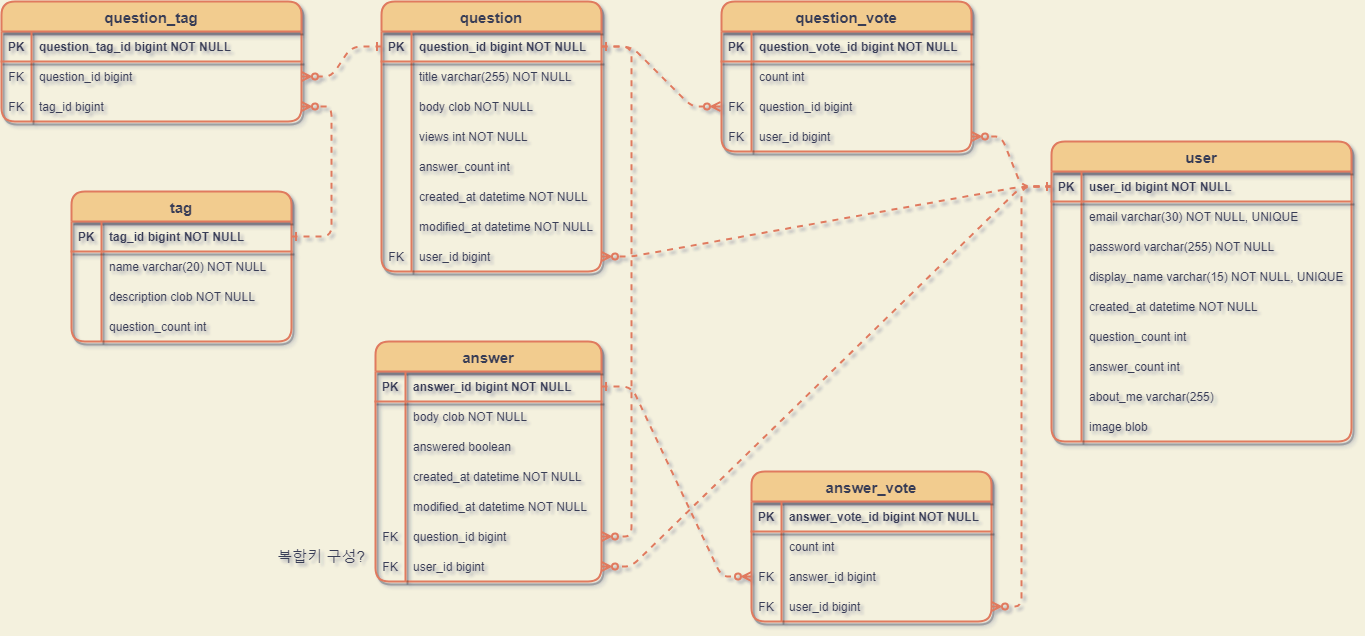
Above: server/StackOverflow_ERD.png in codestates-seb/seb40_pre_003 (draw.io), before the change. Source tidied: cells renumbered, new cells last; positions are measured from the earlier drawing's top-left corner, leaving out a move shared by most shapes.
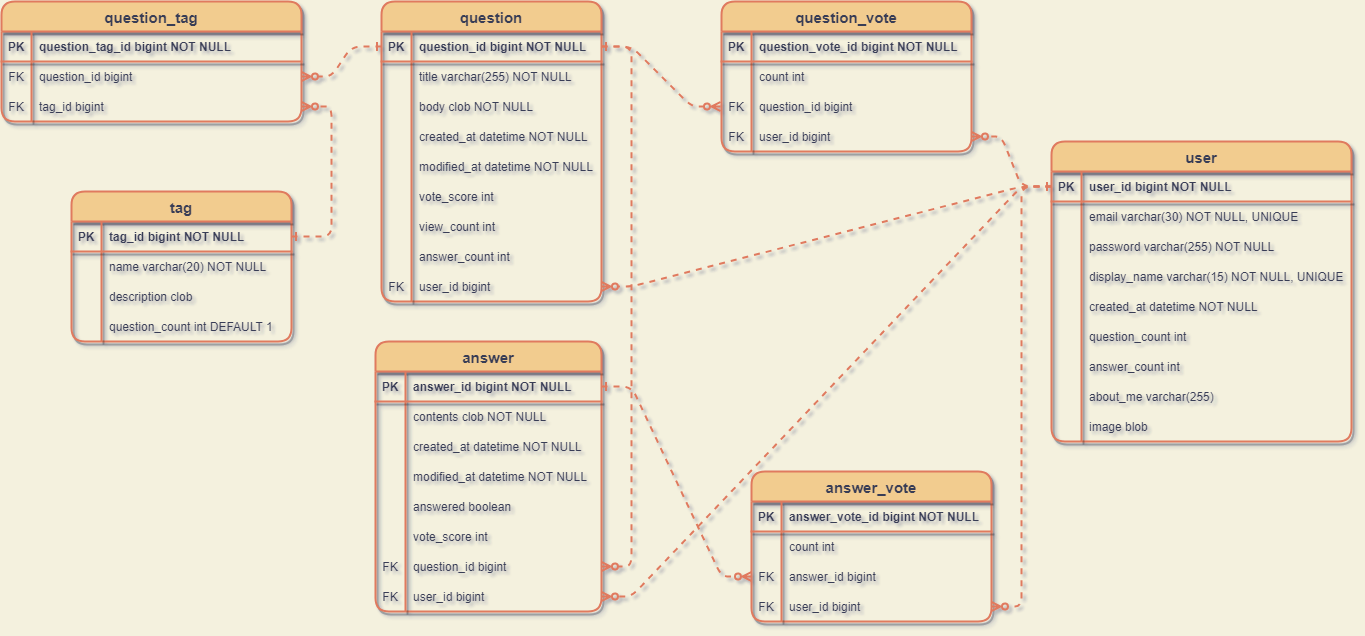
The same file after the commit.

Change to the diagram source:
```diff
@@ -5,3 +5,3 @@
     <mxCell id="2" value="question" style="shape=table;startSize=30;rowLines=0;fontStyle=1;align=center;fillColor=#F2CC8F;strokeColor=#E07A5F;strokeWidth=2;swimlaneFillColor=none;fontColor=#393C56;rounded=1;shadow=1;fontSize=15;labelBackgroundColor=none;labelBorderColor=none;" parent="1" vertex="1">
-      <mxGeometry x="380" width="220" height="270" as="geometry" />
+      <mxGeometry x="380" width="220" height="300" as="geometry" />
     </mxCell>
@@ -34,4 +34,31 @@
     </mxCell>
+    <mxCell id="18" style="shape=tableRow;horizontal=0;startSize=0;swimlaneHead=0;swimlaneBody=0;fillColor=none;top=0;left=0;right=0;bottom=0;strokeColor=#E07A5F;strokeWidth=2;swimlaneFillColor=none;fontStyle=0;fontColor=#393C56;rounded=1;shadow=1;" parent="2" vertex="1">
+      <mxGeometry y="120" width="220" height="30" as="geometry" />
+    </mxCell>
+    <mxCell id="19" style="shape=partialRectangle;fillColor=none;top=0;left=0;bottom=0;right=0;overflow=hidden;strokeColor=#E07A5F;strokeWidth=2;swimlaneFillColor=none;fontStyle=0;fontColor=#393C56;rounded=1;shadow=1;" parent="18" vertex="1">
+      <mxGeometry width="30" height="30" as="geometry" />
+    </mxCell>
+    <mxCell id="20" value="created_at datetime NOT NULL" style="shape=partialRectangle;fillColor=none;top=0;left=0;bottom=0;right=0;align=left;spacingLeft=6;overflow=hidden;strokeColor=#E07A5F;strokeWidth=2;swimlaneFillColor=none;fontStyle=0;fontColor=#393C56;rounded=1;shadow=1;" parent="18" vertex="1">
+      <mxGeometry x="30" width="190" height="30" as="geometry" />
+    </mxCell>
+    <mxCell id="21" style="shape=tableRow;horizontal=0;startSize=0;swimlaneHead=0;swimlaneBody=0;fillColor=none;top=0;left=0;right=0;bottom=0;strokeColor=#E07A5F;strokeWidth=2;swimlaneFillColor=none;fontStyle=0;fontColor=#393C56;rounded=1;shadow=1;" parent="2" vertex="1">
+      <mxGeometry y="150" width="220" height="30" as="geometry" />
+    </mxCell>
+    <mxCell id="22" style="shape=partialRectangle;fillColor=none;top=0;left=0;bottom=0;right=0;overflow=hidden;strokeColor=#E07A5F;strokeWidth=2;swimlaneFillColor=none;fontStyle=0;fontColor=#393C56;rounded=1;shadow=1;" parent="21" vertex="1">
+      <mxGeometry width="30" height="30" as="geometry" />
+    </mxCell>
+    <mxCell id="23" value="modified_at datetime NOT NULL" style="shape=partialRectangle;fillColor=none;top=0;left=0;bottom=0;right=0;align=left;spacingLeft=6;overflow=hidden;strokeColor=#E07A5F;strokeWidth=2;swimlaneFillColor=none;fontStyle=0;fontColor=#393C56;rounded=1;shadow=1;" parent="21" vertex="1">
+      <mxGeometry x="30" width="190" height="30" as="geometry" />
+    </mxCell>
+    <mxCell id="136" style="shape=tableRow;horizontal=0;startSize=0;swimlaneHead=0;swimlaneBody=0;fillColor=none;top=0;left=0;right=0;bottom=0;strokeColor=#E07A5F;strokeWidth=2;swimlaneFillColor=none;fontStyle=0;fontColor=#393C56;rounded=1;shadow=1;" parent="2" vertex="1">
+      <mxGeometry y="180" width="220" height="30" as="geometry" />
+    </mxCell>
+    <mxCell id="137" style="shape=partialRectangle;fillColor=none;top=0;left=0;bottom=0;right=0;overflow=hidden;strokeColor=#E07A5F;strokeWidth=2;swimlaneFillColor=none;fontStyle=0;fontColor=#393C56;rounded=1;shadow=1;" parent="136" vertex="1">
+      <mxGeometry width="30" height="30" as="geometry" />
+    </mxCell>
+    <mxCell id="138" value="vote_score int" style="shape=partialRectangle;fillColor=none;top=0;left=0;bottom=0;right=0;align=left;spacingLeft=6;overflow=hidden;strokeColor=#E07A5F;strokeWidth=2;swimlaneFillColor=none;fontStyle=0;fontColor=#393C56;rounded=1;shadow=1;" parent="136" vertex="1">
+      <mxGeometry x="30" width="190" height="30" as="geometry" />
+    </mxCell>
     <mxCell id="12" style="shape=tableRow;horizontal=0;startSize=0;swimlaneHead=0;swimlaneBody=0;fillColor=none;top=0;left=0;right=0;bottom=0;strokeColor=#E07A5F;strokeWidth=2;swimlaneFillColor=none;fontStyle=0;fontColor=#393C56;rounded=1;shadow=1;" parent="2" vertex="1">
-      <mxGeometry y="120" width="220" height="30" as="geometry" />
+      <mxGeometry y="210" width="220" height="30" as="geometry" />
     </mxCell>
@@ -40,3 +67,3 @@
     </mxCell>
-    <mxCell id="14" value="views int NOT NULL" style="shape=partialRectangle;fillColor=none;top=0;left=0;bottom=0;right=0;align=left;spacingLeft=6;overflow=hidden;strokeColor=#E07A5F;strokeWidth=2;swimlaneFillColor=none;fontStyle=0;fontColor=#393C56;rounded=1;shadow=1;" parent="12" vertex="1">
+    <mxCell id="14" value="view_count int" style="shape=partialRectangle;fillColor=none;top=0;left=0;bottom=0;right=0;align=left;spacingLeft=6;overflow=hidden;strokeColor=#E07A5F;strokeWidth=2;swimlaneFillColor=none;fontStyle=0;fontColor=#393C56;rounded=1;shadow=1;" parent="12" vertex="1">
       <mxGeometry x="30" width="190" height="30" as="geometry" />
@@ -44,3 +71,3 @@
     <mxCell id="15" style="shape=tableRow;horizontal=0;startSize=0;swimlaneHead=0;swimlaneBody=0;fillColor=none;top=0;left=0;right=0;bottom=0;strokeColor=#E07A5F;strokeWidth=2;swimlaneFillColor=none;fontStyle=0;fontColor=#393C56;rounded=1;shadow=1;" parent="2" vertex="1">
-      <mxGeometry y="150" width="220" height="30" as="geometry" />
+      <mxGeometry y="240" width="220" height="30" as="geometry" />
     </mxCell>
@@ -52,22 +79,4 @@
     </mxCell>
-    <mxCell id="18" style="shape=tableRow;horizontal=0;startSize=0;swimlaneHead=0;swimlaneBody=0;fillColor=none;top=0;left=0;right=0;bottom=0;strokeColor=#E07A5F;strokeWidth=2;swimlaneFillColor=none;fontStyle=0;fontColor=#393C56;rounded=1;shadow=1;" parent="2" vertex="1">
-      <mxGeometry y="180" width="220" height="30" as="geometry" />
-    </mxCell>
-    <mxCell id="19" style="shape=partialRectangle;fillColor=none;top=0;left=0;bottom=0;right=0;overflow=hidden;strokeColor=#E07A5F;strokeWidth=2;swimlaneFillColor=none;fontStyle=0;fontColor=#393C56;rounded=1;shadow=1;" parent="18" vertex="1">
-      <mxGeometry width="30" height="30" as="geometry" />
-    </mxCell>
-    <mxCell id="20" value="created_at datetime NOT NULL" style="shape=partialRectangle;fillColor=none;top=0;left=0;bottom=0;right=0;align=left;spacingLeft=6;overflow=hidden;strokeColor=#E07A5F;strokeWidth=2;swimlaneFillColor=none;fontStyle=0;fontColor=#393C56;rounded=1;shadow=1;" parent="18" vertex="1">
-      <mxGeometry x="30" width="190" height="30" as="geometry" />
-    </mxCell>
-    <mxCell id="21" style="shape=tableRow;horizontal=0;startSize=0;swimlaneHead=0;swimlaneBody=0;fillColor=none;top=0;left=0;right=0;bottom=0;strokeColor=#E07A5F;strokeWidth=2;swimlaneFillColor=none;fontStyle=0;fontColor=#393C56;rounded=1;shadow=1;" parent="2" vertex="1">
-      <mxGeometry y="210" width="220" height="30" as="geometry" />
-    </mxCell>
-    <mxCell id="22" style="shape=partialRectangle;fillColor=none;top=0;left=0;bottom=0;right=0;overflow=hidden;strokeColor=#E07A5F;strokeWidth=2;swimlaneFillColor=none;fontStyle=0;fontColor=#393C56;rounded=1;shadow=1;" parent="21" vertex="1">
-      <mxGeometry width="30" height="30" as="geometry" />
-    </mxCell>
-    <mxCell id="23" value="modified_at datetime NOT NULL" style="shape=partialRectangle;fillColor=none;top=0;left=0;bottom=0;right=0;align=left;spacingLeft=6;overflow=hidden;strokeColor=#E07A5F;strokeWidth=2;swimlaneFillColor=none;fontStyle=0;fontColor=#393C56;rounded=1;shadow=1;" parent="21" vertex="1">
-      <mxGeometry x="30" width="190" height="30" as="geometry" />
-    </mxCell>
     <mxCell id="24" style="shape=tableRow;horizontal=0;startSize=0;swimlaneHead=0;swimlaneBody=0;fillColor=none;points=[[0,0.5],[1,0.5]];portConstraint=eastwest;top=0;left=0;right=0;bottom=0;strokeColor=#E07A5F;strokeWidth=2;swimlaneFillColor=none;fontStyle=0;fontColor=#393C56;rounded=1;shadow=1;" parent="2" vertex="1">
-      <mxGeometry y="240" width="220" height="30" as="geometry" />
+      <mxGeometry y="270" width="220" height="30" as="geometry" />
     </mxCell>
@@ -94,5 +103,5 @@
     </mxCell>
-    <mxCell id="32" style="shape=partialRectangle;fillColor=none;top=0;left=0;bottom=0;right=0;overflow=hidden;strokeColor=#E07A5F;strokeWidth=2;swimlaneFillColor=none;fontStyle=0;fontColor=#393C56;rounded=1;shadow=1;" parent="31" vertex="1">
-      <mxGeometry width="30" height="30" as="geometry" />
-    </mxCell>
+    <mxCell id="139" style="shape=partialRectangle;fillColor=none;top=0;left=0;bottom=0;right=0;overflow=hidden;strokeColor=#E07A5F;strokeWidth=2;swimlaneFillColor=none;fontStyle=0;fontColor=#393C56;rounded=1;shadow=1;" parent="31" vertex="1">
+      <mxGeometry width="30" height="30" as="geometry" />
+    </mxCell>
     <mxCell id="33" value="count int" style="shape=partialRectangle;fillColor=none;top=0;left=0;bottom=0;right=0;align=left;spacingLeft=6;overflow=hidden;strokeColor=#E07A5F;strokeWidth=2;swimlaneFillColor=none;fontStyle=0;fontColor=#393C56;rounded=1;shadow=1;" parent="31" vertex="1">
@@ -119,3 +128,3 @@
     <mxCell id="40" value="answer" style="shape=table;startSize=30;rowLines=0;fontStyle=1;align=center;fillColor=#F2CC8F;strokeColor=#E07A5F;strokeWidth=2;swimlaneFillColor=none;fontColor=#393C56;rounded=1;shadow=1;fontSize=15;labelBackgroundColor=none;labelBorderColor=none;" parent="1" vertex="1">
-      <mxGeometry x="374" y="340" width="226" height="240" as="geometry" />
+      <mxGeometry x="374" y="340" width="226" height="270" as="geometry" />
     </mxCell>
@@ -136,16 +145,7 @@
     </mxCell>
-    <mxCell id="46" value="body clob NOT NULL" style="shape=partialRectangle;fillColor=none;top=0;left=0;bottom=0;right=0;align=left;spacingLeft=6;overflow=hidden;strokeColor=#E07A5F;strokeWidth=2;swimlaneFillColor=none;fontStyle=0;fontColor=#393C56;rounded=1;shadow=1;" parent="44" vertex="1">
+    <mxCell id="46" value="contents clob NOT NULL" style="shape=partialRectangle;fillColor=none;top=0;left=0;bottom=0;right=0;align=left;spacingLeft=6;overflow=hidden;strokeColor=#E07A5F;strokeWidth=2;swimlaneFillColor=none;fontStyle=0;fontColor=#393C56;rounded=1;shadow=1;" parent="44" vertex="1">
       <mxGeometry x="30" width="196" height="30" as="geometry" />
     </mxCell>
-    <mxCell id="47" style="shape=tableRow;horizontal=0;startSize=0;swimlaneHead=0;swimlaneBody=0;fillColor=none;top=0;left=0;right=0;bottom=0;strokeColor=#E07A5F;strokeWidth=2;swimlaneFillColor=none;fontStyle=0;fontColor=#393C56;rounded=1;shadow=1;" parent="40" vertex="1">
-      <mxGeometry y="90" width="226" height="30" as="geometry" />
-    </mxCell>
-    <mxCell id="48" style="shape=partialRectangle;fillColor=none;top=0;left=0;bottom=0;right=0;overflow=hidden;strokeColor=#E07A5F;strokeWidth=2;swimlaneFillColor=none;fontStyle=0;fontColor=#393C56;rounded=1;shadow=1;" parent="47" vertex="1">
-      <mxGeometry width="30" height="30" as="geometry" />
-    </mxCell>
-    <mxCell id="49" value="answered boolean" style="shape=partialRectangle;fillColor=none;top=0;left=0;bottom=0;right=0;align=left;spacingLeft=6;overflow=hidden;strokeColor=#E07A5F;strokeWidth=2;swimlaneFillColor=none;fontStyle=0;fontColor=#393C56;rounded=1;shadow=1;" parent="47" vertex="1">
-      <mxGeometry x="30" width="196" height="30" as="geometry" />
-    </mxCell>
     <mxCell id="50" style="shape=tableRow;horizontal=0;startSize=0;swimlaneHead=0;swimlaneBody=0;fillColor=none;top=0;left=0;right=0;bottom=0;strokeColor=#E07A5F;strokeWidth=2;swimlaneFillColor=none;fontStyle=0;fontColor=#393C56;rounded=1;shadow=1;" parent="40" vertex="1">
-      <mxGeometry y="120" width="226" height="30" as="geometry" />
+      <mxGeometry y="90" width="226" height="30" as="geometry" />
     </mxCell>
@@ -158,3 +158,3 @@
     <mxCell id="53" style="shape=tableRow;horizontal=0;startSize=0;swimlaneHead=0;swimlaneBody=0;fillColor=none;top=0;left=0;right=0;bottom=0;strokeColor=#E07A5F;strokeWidth=2;swimlaneFillColor=none;fontStyle=0;fontColor=#393C56;rounded=1;shadow=1;" parent="40" vertex="1">
-      <mxGeometry y="150" width="226" height="30" as="geometry" />
+      <mxGeometry y="120" width="226" height="30" as="geometry" />
     </mxCell>
@@ -166,4 +166,22 @@
     </mxCell>
+    <mxCell id="47" style="shape=tableRow;horizontal=0;startSize=0;swimlaneHead=0;swimlaneBody=0;fillColor=none;top=0;left=0;right=0;bottom=0;strokeColor=#E07A5F;strokeWidth=2;swimlaneFillColor=none;fontStyle=0;fontColor=#393C56;rounded=1;shadow=1;" parent="40" vertex="1">
+      <mxGeometry y="150" width="226" height="30" as="geometry" />
+    </mxCell>
+    <mxCell id="48" style="shape=partialRectangle;fillColor=none;top=0;left=0;bottom=0;right=0;overflow=hidden;strokeColor=#E07A5F;strokeWidth=2;swimlaneFillColor=none;fontStyle=0;fontColor=#393C56;rounded=1;shadow=1;" parent="47" vertex="1">
+      <mxGeometry width="30" height="30" as="geometry" />
+    </mxCell>
+    <mxCell id="49" value="answered boolean" style="shape=partialRectangle;fillColor=none;top=0;left=0;bottom=0;right=0;align=left;spacingLeft=6;overflow=hidden;strokeColor=#E07A5F;strokeWidth=2;swimlaneFillColor=none;fontStyle=0;fontColor=#393C56;rounded=1;shadow=1;" parent="47" vertex="1">
+      <mxGeometry x="30" width="196" height="30" as="geometry" />
+    </mxCell>
+    <mxCell id="140" style="shape=tableRow;horizontal=0;startSize=0;swimlaneHead=0;swimlaneBody=0;fillColor=none;top=0;left=0;right=0;bottom=0;strokeColor=#E07A5F;strokeWidth=2;swimlaneFillColor=none;fontStyle=0;fontColor=#393C56;rounded=1;shadow=1;" parent="40" vertex="1">
+      <mxGeometry y="180" width="226" height="30" as="geometry" />
+    </mxCell>
+    <mxCell id="141" style="shape=partialRectangle;fillColor=none;top=0;left=0;bottom=0;right=0;overflow=hidden;strokeColor=#E07A5F;strokeWidth=2;swimlaneFillColor=none;fontStyle=0;fontColor=#393C56;rounded=1;shadow=1;" parent="140" vertex="1">
+      <mxGeometry width="30" height="30" as="geometry" />
+    </mxCell>
+    <mxCell id="142" value="vote_score int" style="shape=partialRectangle;fillColor=none;top=0;left=0;bottom=0;right=0;align=left;spacingLeft=6;overflow=hidden;strokeColor=#E07A5F;strokeWidth=2;swimlaneFillColor=none;fontStyle=0;fontColor=#393C56;rounded=1;shadow=1;" parent="140" vertex="1">
+      <mxGeometry x="30" width="196" height="30" as="geometry" />
+    </mxCell>
     <mxCell id="56" style="shape=tableRow;horizontal=0;startSize=0;swimlaneHead=0;swimlaneBody=0;fillColor=none;points=[[0,0.5],[1,0.5]];portConstraint=eastwest;top=0;left=0;right=0;bottom=0;strokeColor=#E07A5F;strokeWidth=2;swimlaneFillColor=none;fontStyle=0;fontColor=#393C56;rounded=1;shadow=1;" parent="40" vertex="1">
-      <mxGeometry y="180" width="226" height="30" as="geometry" />
+      <mxGeometry y="210" width="226" height="30" as="geometry" />
     </mxCell>
@@ -176,3 +194,3 @@
     <mxCell id="59" style="shape=tableRow;horizontal=0;startSize=0;swimlaneHead=0;swimlaneBody=0;fillColor=none;points=[[0,0.5],[1,0.5]];portConstraint=eastwest;top=0;left=0;right=0;bottom=0;strokeColor=#E07A5F;strokeWidth=2;swimlaneFillColor=none;fontStyle=0;fontColor=#393C56;rounded=1;shadow=1;" parent="40" vertex="1">
-      <mxGeometry y="210" width="226" height="30" as="geometry" />
+      <mxGeometry y="240" width="226" height="30" as="geometry" />
     </mxCell>
@@ -295,3 +313,3 @@
     </mxCell>
-    <mxCell id="99" value="description clob NOT NULL" style="shape=partialRectangle;fillColor=none;top=0;left=0;bottom=0;right=0;align=left;spacingLeft=6;overflow=hidden;strokeColor=#E07A5F;strokeWidth=2;swimlaneFillColor=none;fontStyle=0;fontColor=#393C56;rounded=1;shadow=1;" parent="97" vertex="1">
+    <mxCell id="99" value="description clob" style="shape=partialRectangle;fillColor=none;top=0;left=0;bottom=0;right=0;align=left;spacingLeft=6;overflow=hidden;strokeColor=#E07A5F;strokeWidth=2;swimlaneFillColor=none;fontStyle=0;fontColor=#393C56;rounded=1;shadow=1;" parent="97" vertex="1">
       <mxGeometry x="30" width="190" height="30" as="geometry" />
@@ -304,3 +322,3 @@
     </mxCell>
-    <mxCell id="102" value="question_count int" style="shape=partialRectangle;fillColor=none;top=0;left=0;bottom=0;right=0;align=left;spacingLeft=6;overflow=hidden;strokeColor=#E07A5F;strokeWidth=2;swimlaneFillColor=none;fontStyle=0;fontColor=#393C56;rounded=1;shadow=1;" parent="100" vertex="1">
+    <mxCell id="102" value="question_count int DEFAULT 1" style="shape=partialRectangle;fillColor=none;top=0;left=0;bottom=0;right=0;align=left;spacingLeft=6;overflow=hidden;strokeColor=#E07A5F;strokeWidth=2;swimlaneFillColor=none;fontStyle=0;fontColor=#393C56;rounded=1;shadow=1;" parent="100" vertex="1">
       <mxGeometry x="30" width="190" height="30" as="geometry" />
@@ -373,5 +391,5 @@
     </mxCell>
-    <mxCell id="125" style="shape=partialRectangle;fillColor=none;top=0;left=0;bottom=0;right=0;overflow=hidden;strokeColor=#E07A5F;strokeWidth=2;swimlaneFillColor=none;fontStyle=0;fontColor=#393C56;rounded=1;shadow=1;" parent="124" vertex="1">
-      <mxGeometry width="30" height="30" as="geometry" />
-    </mxCell>
+    <mxCell id="143" style="shape=partialRectangle;fillColor=none;top=0;left=0;bottom=0;right=0;overflow=hidden;strokeColor=#E07A5F;strokeWidth=2;swimlaneFillColor=none;fontStyle=0;fontColor=#393C56;rounded=1;shadow=1;" parent="124" vertex="1">
+      <mxGeometry width="30" height="30" as="geometry" />
+    </mxCell>
     <mxCell id="126" value="count int" style="shape=partialRectangle;fillColor=none;top=0;left=0;bottom=0;right=0;align=left;spacingLeft=6;overflow=hidden;strokeColor=#E07A5F;strokeWidth=2;swimlaneFillColor=none;fontStyle=0;fontColor=#393C56;rounded=1;shadow=1;" parent="124" vertex="1">
@@ -403,5 +421,2 @@
     </mxCell>
-    <mxCell id="135" value="복합키 구성?" style="text;html=1;strokeColor=none;fillColor=none;align=center;verticalAlign=middle;whiteSpace=wrap;rounded=0;shadow=1;labelBackgroundColor=none;labelBorderColor=none;strokeWidth=2;fontFamily=Helvetica;fontSize=15;fontColor=#393C56;startSize=30;" parent="1" vertex="1">
-      <mxGeometry x="260" y="540" width="120" height="30" as="geometry" />
-    </mxCell>
   </root>
```
